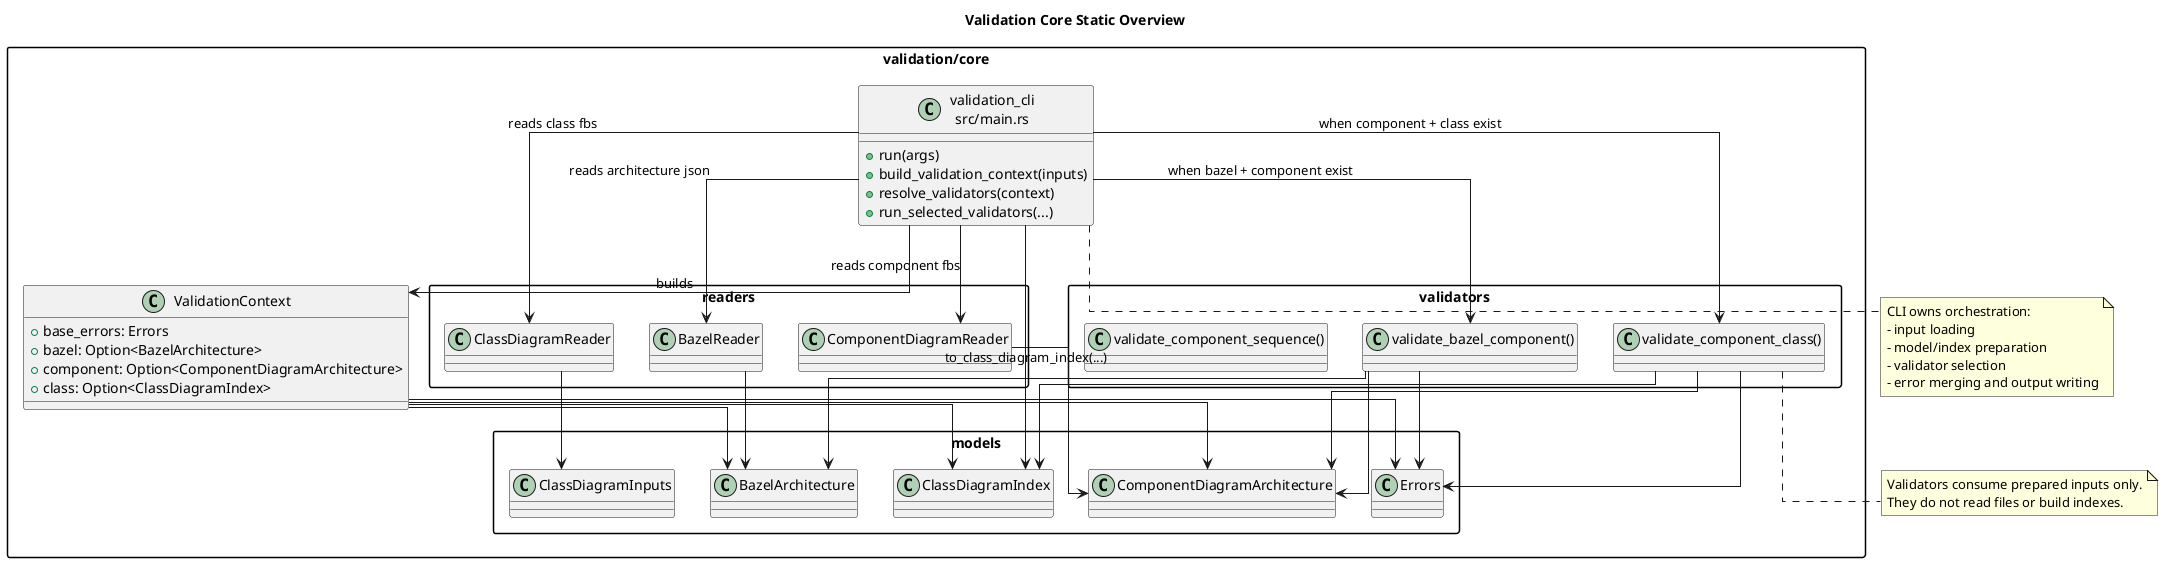
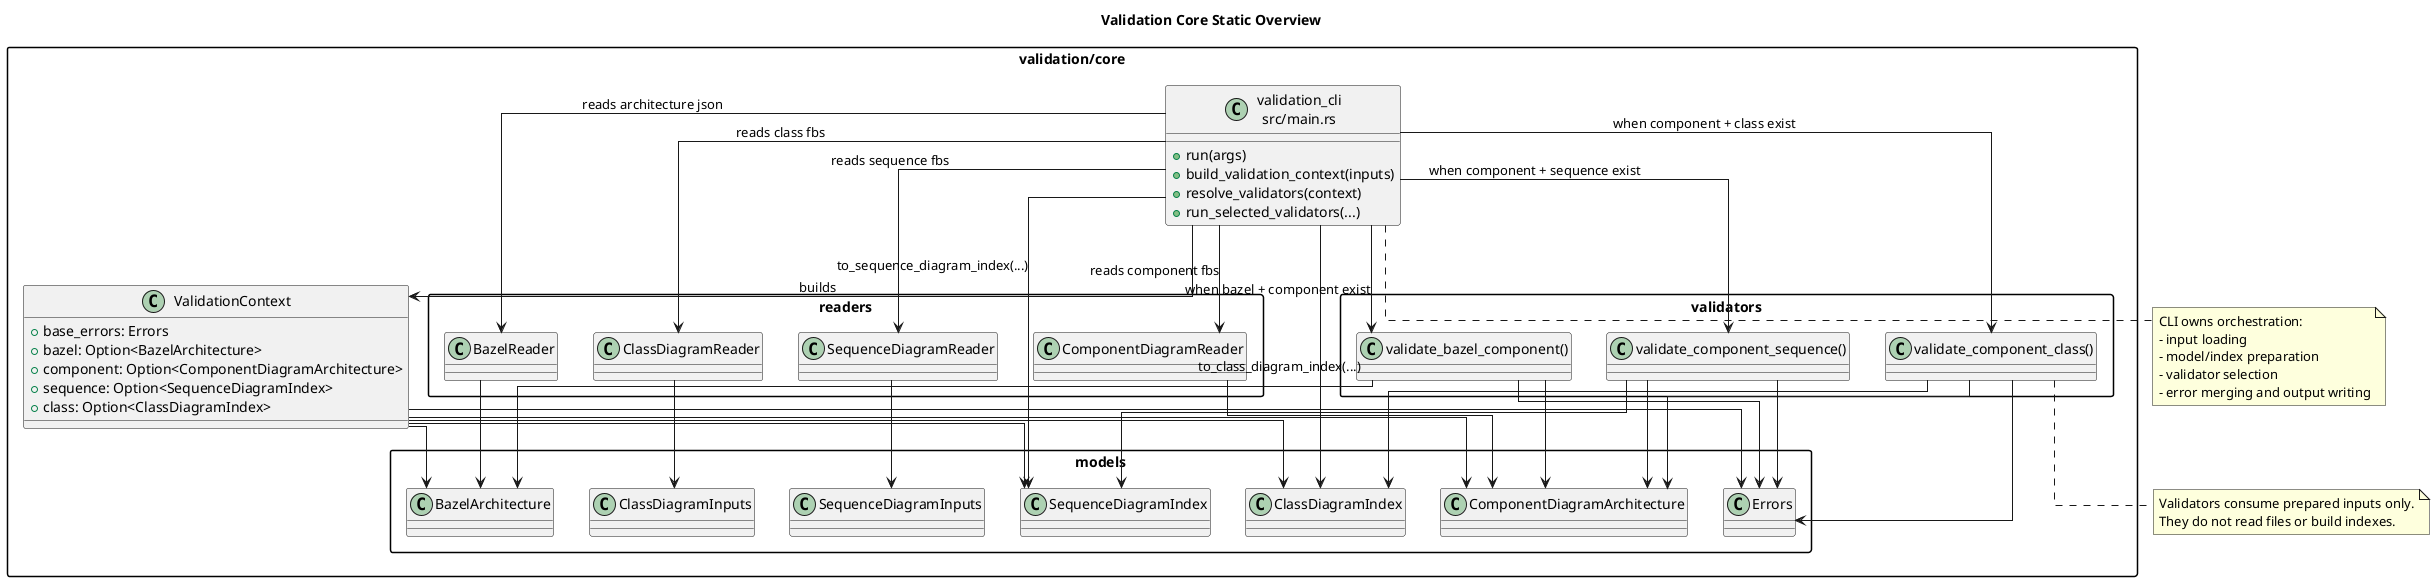
' *******************************************************************************
' Copyright (c) 2026 Contributors to the Eclipse Foundation
'
' See the NOTICE file(s) distributed with this work for additional
' information regarding copyright ownership.
'
' This program and the accompanying materials are made available under the
' terms of the Apache License Version 2.0 which is available at
' https://www.apache.org/licenses/LICENSE-2.0
'
' SPDX-License-Identifier: Apache-2.0
' *******************************************************************************

@startuml validation_core_overview
title Validation Core Static Overview

skinparam packageStyle rectangle
skinparam shadowing false
skinparam linetype ortho

package "validation/core" {
  class "validation_cli\nsrc/main.rs" as cli {
    +run(args)
    +build_validation_context(inputs)
    +resolve_validators(context)
    +run_selected_validators(...)
  }

  package "readers" {
    class "BazelReader"
    class "ComponentDiagramReader"
+     class "SequenceDiagramReader"
    class "ClassDiagramReader"
  }

  package "models" {
    class "BazelArchitecture"
    class "ComponentDiagramArchitecture"
+     class "SequenceDiagramInputs"
+     class "SequenceDiagramIndex"
    class "ClassDiagramInputs"
    class "ClassDiagramIndex"
    class "Errors"
  }

  package "validators" {
    class "validate_bazel_component()"
    class "validate_component_class()"
    class "validate_component_sequence()"
  }

  class "ValidationContext" as context {
    +base_errors: Errors
    +bazel: Option<BazelArchitecture>
    +component: Option<ComponentDiagramArchitecture>
+     +sequence: Option<SequenceDiagramIndex>
    +class: Option<ClassDiagramIndex>
  }
}

cli --> BazelReader : reads architecture json
cli --> ComponentDiagramReader : reads component fbs
+ cli --> SequenceDiagramReader : reads sequence fbs
cli --> ClassDiagramReader : reads class fbs

BazelReader --> BazelArchitecture
ComponentDiagramReader --> ComponentDiagramArchitecture
+ SequenceDiagramReader --> SequenceDiagramInputs
ClassDiagramReader --> ClassDiagramInputs
+ cli --> SequenceDiagramIndex : to_sequence_diagram_index(...)
cli --> ClassDiagramIndex : to_class_diagram_index(...)

cli --> context : builds
context --> Errors
context --> BazelArchitecture
context --> ComponentDiagramArchitecture
+ context --> SequenceDiagramIndex
context --> ClassDiagramIndex

cli --> "validate_bazel_component()" : when bazel + component exist
cli --> "validate_component_class()" : when component + class exist
+ cli --> "validate_component_sequence()" : when component + sequence exist

"validate_bazel_component()" --> BazelArchitecture
"validate_bazel_component()" --> ComponentDiagramArchitecture
"validate_bazel_component()" --> Errors

"validate_component_class()" --> ComponentDiagramArchitecture
"validate_component_class()" --> ClassDiagramIndex
"validate_component_class()" --> Errors
+ 
+ "validate_component_sequence()" --> ComponentDiagramArchitecture
+ "validate_component_sequence()" --> SequenceDiagramIndex
+ "validate_component_sequence()" --> Errors

note bottom of cli
CLI owns orchestration:
- input loading
- model/index preparation
- validator selection
- error merging and output writing
end note

note bottom of "validate_component_class()"
Validators consume prepared inputs only.
They do not read files or build indexes.
end note

@enduml
